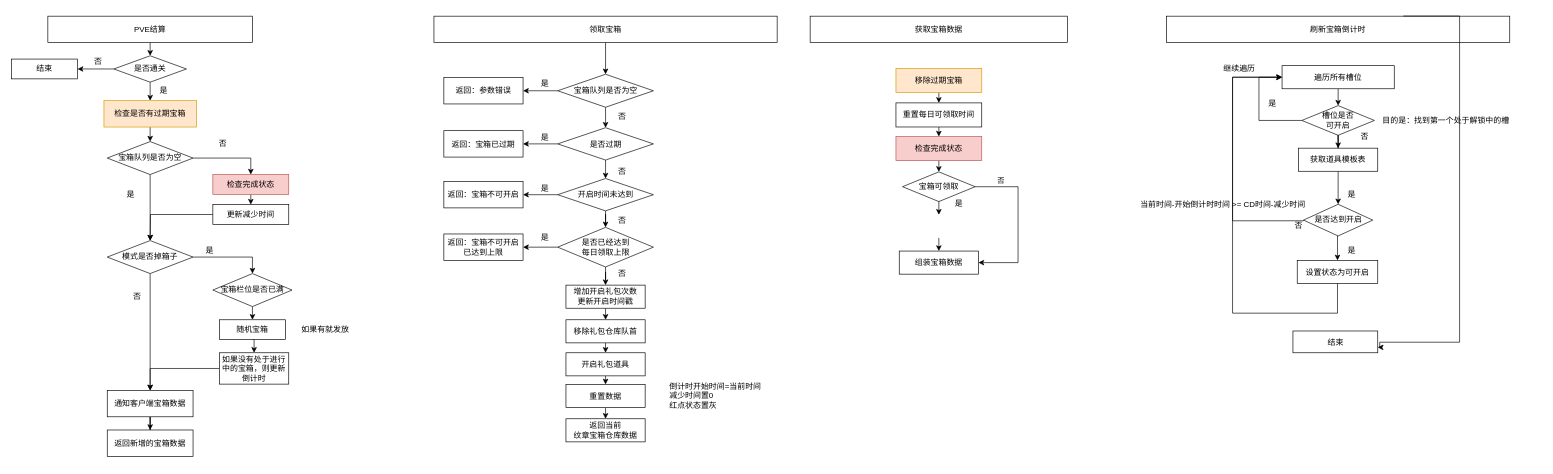
Before: SSJJ2/SS2星耀纹章.drawio in Ordertiny/graph, a draw.io diagram. Source tidied: cells renumbered, new cells numbered last; positions are measured from the earlier drawing's top-left corner, leaving out a move shared by most shapes. Both pictures are drawn from the tidied source at 66%, with x=0, y=0 at pixel (11, 16).
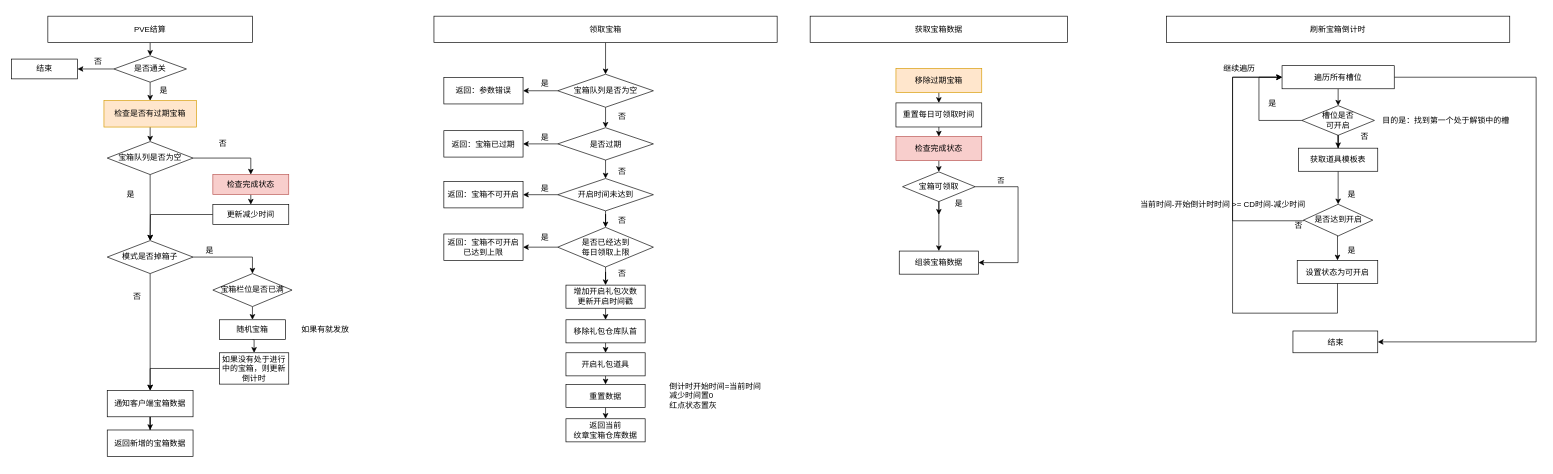
The same diagram, later.

Commit message:
更新SS2星耀纹章.drawio

The change refers to these unchanged cells:
```xml
<mxCell id="77" value="宝箱可领取" style="rhombus;whiteSpace=wrap;html=1;" parent="1" vertex="1">
  <mxGeometry x="1350" y="235.9" width="110" height="45" as="geometry" />
</mxCell>
<mxCell id="79" value="组装宝箱数据" style="rounded=0;whiteSpace=wrap;html=1;" parent="1" vertex="1">
  <mxGeometry x="1345" y="355.9" width="120" height="35" as="geometry" />
</mxCell>
<mxCell id="88" value="遍历所有槽位" style="rounded=0;whiteSpace=wrap;html=1;" parent="1" vertex="1">
  <mxGeometry x="1925" y="75" width="170" height="35" as="geometry" />
</mxCell>
<mxCell id="102" value="结束" style="whiteSpace=wrap;html=1;" parent="1" vertex="1">
  <mxGeometry x="1941.5" y="477" width="128.5" height="33" as="geometry" />
</mxCell>
```

Diff of the diagram source:
```diff
@@
+    <mxCell id="110" style="edgeStyle=orthogonalEdgeStyle;rounded=0;jettySize=auto;html=1;" parent="1" edge="1" source="77" target="79">
+      <mxGeometry relative="1" as="geometry" />
+    </mxCell>
@@
-    <mxCell id="78" style="edgeStyle=orthogonalEdgeStyle;rounded=0;jettySize=auto;html=1;exitX=0.5;exitY=1;exitDx=0;exitDy=0;entryX=0.5;entryY=0;entryDx=0;entryDy=0;" parent="1" edge="1" target="79">
-      <mxGeometry relative="1" as="geometry">
-        <mxPoint x="1405" y="335.9" as="sourcePoint" />
-      </mxGeometry>
-    </mxCell>
@@
-    <mxCell id="87" style="edgeStyle=orthogonalEdgeStyle;rounded=0;jettySize=auto;html=1;entryX=1;entryY=0.75;entryDx=0;entryDy=0;" parent="1" edge="1" target="102">
-      <mxGeometry relative="1" as="geometry">
-        <mxPoint x="2108.8" y="-0.2" as="sourcePoint" />
-        <Array as="points">
-          <mxPoint x="2194" />
-          <mxPoint x="2194" y="494" />
-          <mxPoint x="2073" y="494" />
-          <mxPoint x="2073" y="502" />
-        </Array>
-      </mxGeometry>
-    </mxCell>
+    <mxCell id="111" style="edgeStyle=orthogonalEdgeStyle;rounded=0;jettySize=auto;html=1;exitX=1;exitY=0.5;exitDx=0;exitDy=0;entryX=1;entryY=0.5;entryDx=0;entryDy=0;" parent="1" edge="1" source="88" target="102">
+      <mxGeometry relative="1" as="geometry">
+        <Array as="points">
+          <mxPoint x="2310" y="93" />
+          <mxPoint x="2310" y="494" />
+        </Array>
+      </mxGeometry>
+    </mxCell>
```
